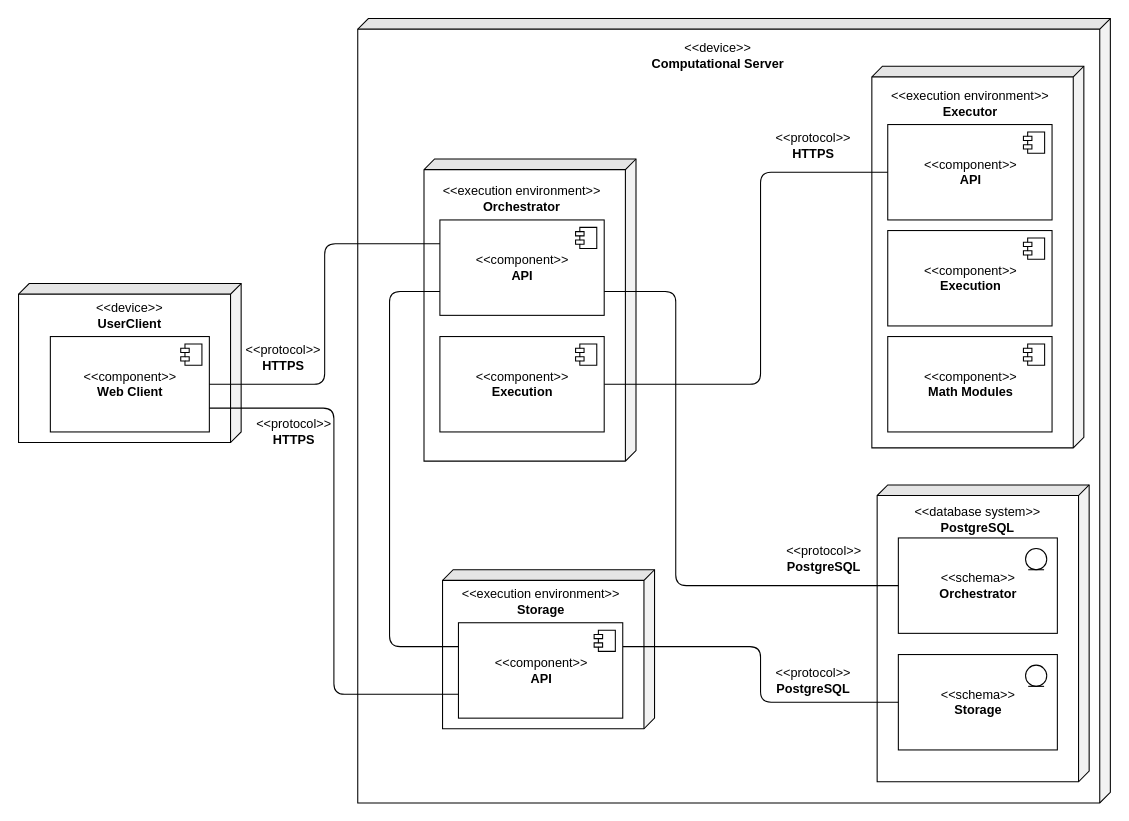
This is master/sources/internship2k22/diagrams/deployment_diagram.drawio from stalker-fc/diploma, a draw.io file, before an edit. Source tidied: cells renumbered, new cells numbered last; positions are measured from the earlier drawing's top-left corner, leaving out a move shared by most shapes. Both pictures are drawn from the tidied source at 106%, with x=0, y=0 at pixel (18, 18).
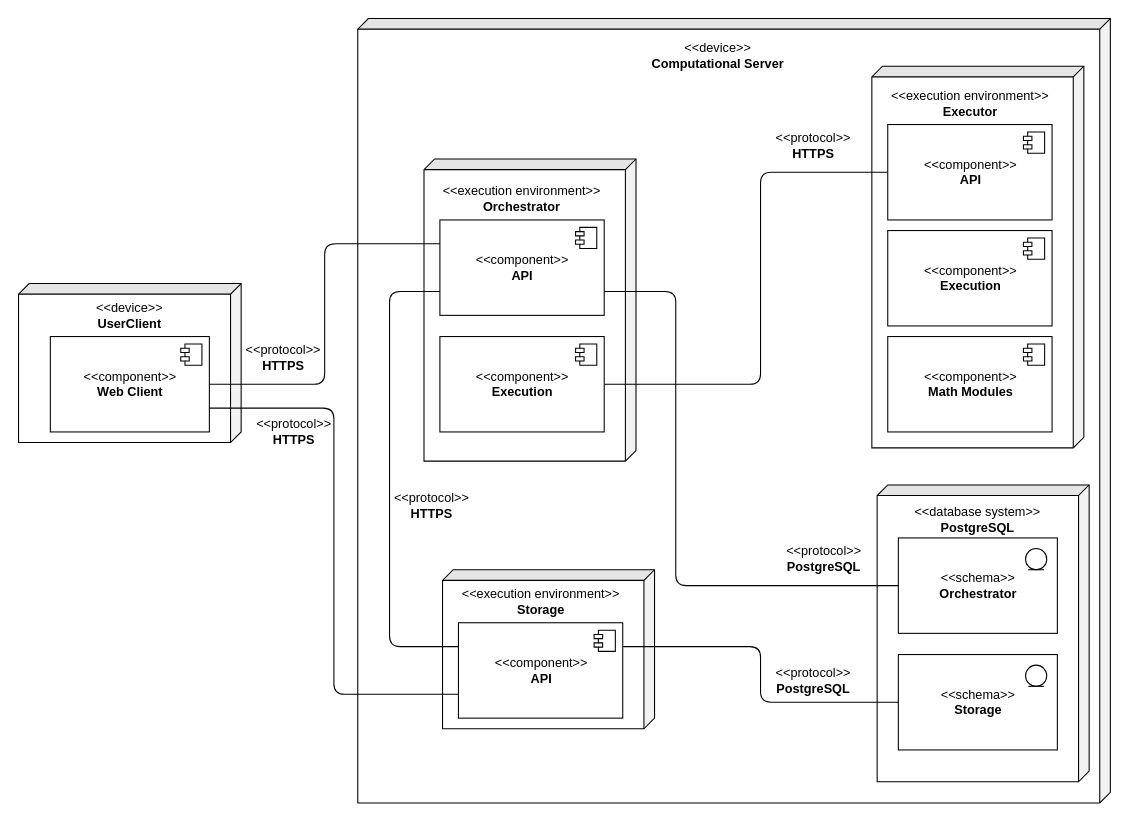
Above is the later version.

The edit, as a diff of the source:
```diff
@@
+    <mxCell id="43" value="&amp;lt;&amp;lt;protocol&amp;gt;&amp;gt;&lt;br&gt;&lt;b&gt;HTTPS&lt;/b&gt;" style="text;html=1;strokeColor=none;fillColor=none;align=center;verticalAlign=middle;whiteSpace=wrap;rounded=0;" parent="1" vertex="1">
+      <mxGeometry x="360" y="450" width="60" height="20" as="geometry" />
+    </mxCell>
```
